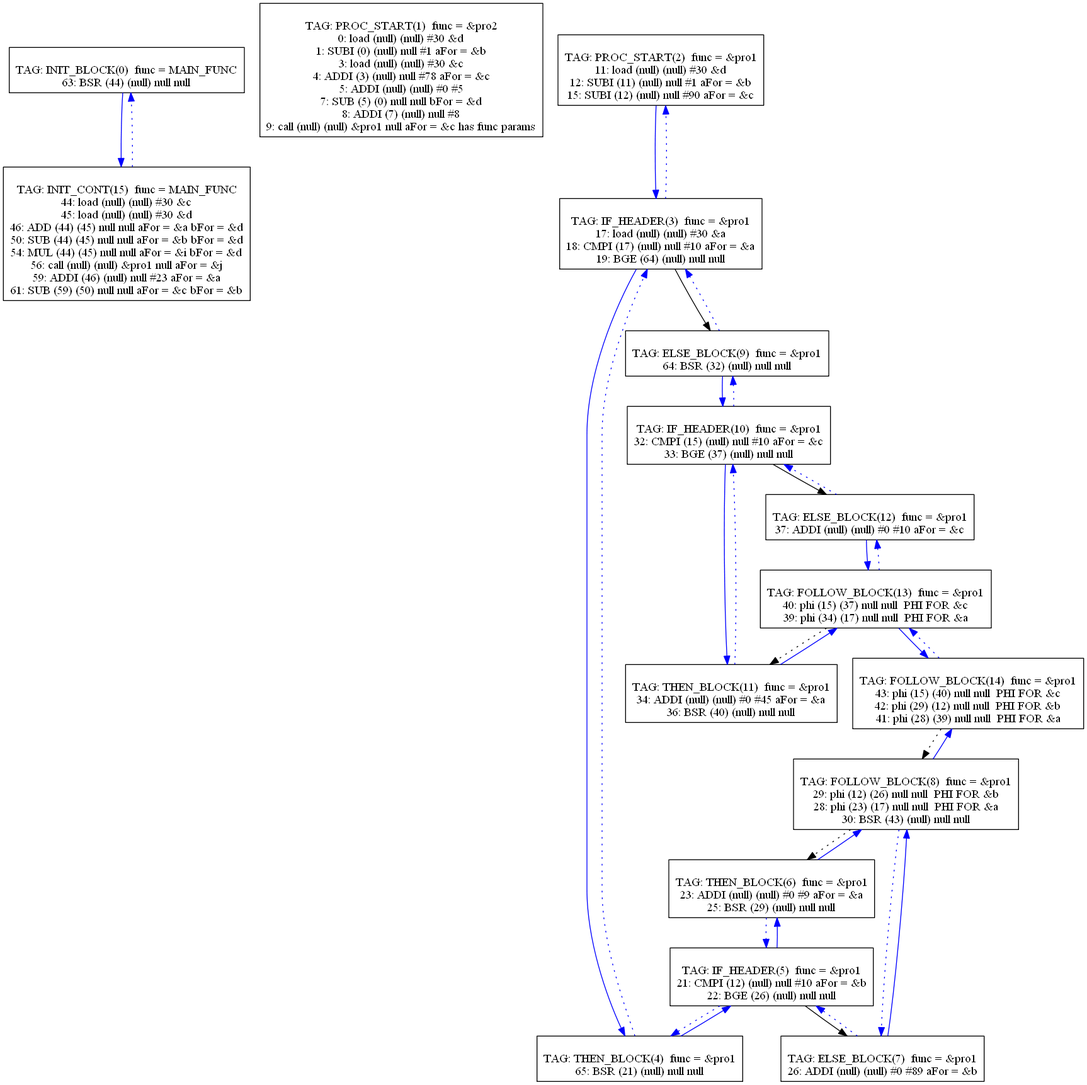
mbajaj92/Project-Astoria keeps this Graphviz diagram as Compiler/graph.png. Above is the earlier version. Its source is kept beside it as Compiler/graph.dot. The source it was exported from:
```dot
digraph {
0[label="
TAG: INIT_BLOCK(0)  func = MAIN_FUNC
63: BSR (44) (null) null null
"];
0[shape=box];
0 -> 15[color=blue]
1[label="
TAG: PROC_START(1)  func = &pro2
0: load (null) (null) #30 &d
1: SUBI (0) (null) null #1 aFor = &b
3: load (null) (null) #30 &c
4: ADDI (3) (null) null #78 aFor = &c
5: ADDI (null) (null) #0 #5
7: SUB (5) (0) null null bFor = &d
8: ADDI (7) (null) null #8
9: call (null) (null) &pro1 null aFor = &c has func params
"];
1[shape=box];
2[label="
TAG: PROC_START(2)  func = &pro1
11: load (null) (null) #30 &d
12: SUBI (11) (null) null #1 aFor = &b
15: SUBI (12) (null) null #90 aFor = &c
"];
2[shape=box];
2 -> 3[color=blue]
3[label="
TAG: IF_HEADER(3)  func = &pro1
17: load (null) (null) #30 &a
18: CMPI (17) (null) null #10 aFor = &a
19: BGE (64) (null) null null
"];
3[shape=box];
3 -> 4[color=blue]
3 -> 9[color=black]
3 -> 2[color=blue][style=dotted]
4[label="
TAG: THEN_BLOCK(4)  func = &pro1
65: BSR (21) (null) null null
"];
4[shape=box];
4 -> 5[color=blue]
4 -> 3[color=blue][style=dotted]
5[label="
TAG: IF_HEADER(5)  func = &pro1
21: CMPI (12) (null) null #10 aFor = &b
22: BGE (26) (null) null null
"];
5[shape=box];
5 -> 6[color=blue]
5 -> 7[color=black]
5 -> 4[color=blue][style=dotted]
6[label="
TAG: THEN_BLOCK(6)  func = &pro1
23: ADDI (null) (null) #0 #9 aFor = &a
25: BSR (29) (null) null null
"];
6[shape=box];
6 -> 8[color=blue]
6 -> 5[color=blue][style=dotted]
7[label="
TAG: ELSE_BLOCK(7)  func = &pro1
26: ADDI (null) (null) #0 #89 aFor = &b
"];
7[shape=box];
7 -> 8[color=blue]
7 -> 5[color=blue][style=dotted]
8[label="
TAG: FOLLOW_BLOCK(8)  func = &pro1
29: phi (12) (26) null null  PHI FOR &b
28: phi (23) (17) null null  PHI FOR &a
30: BSR (43) (null) null null
"];
8[shape=box];
8 -> 14[color=blue]
8 -> 7[color=blue][style=dotted]
8 -> 6[color=black][style=dotted]
9[label="
TAG: ELSE_BLOCK(9)  func = &pro1
64: BSR (32) (null) null null
"];
9[shape=box];
9 -> 10[color=blue]
9 -> 3[color=blue][style=dotted]
10[label="
TAG: IF_HEADER(10)  func = &pro1
32: CMPI (15) (null) null #10 aFor = &c
33: BGE (37) (null) null null
"];
10[shape=box];
10 -> 11[color=blue]
10 -> 12[color=black]
10 -> 9[color=blue][style=dotted]
11[label="
TAG: THEN_BLOCK(11)  func = &pro1
34: ADDI (null) (null) #0 #45 aFor = &a
36: BSR (40) (null) null null
"];
11[shape=box];
11 -> 13[color=blue]
11 -> 10[color=blue][style=dotted]
12[label="
TAG: ELSE_BLOCK(12)  func = &pro1
37: ADDI (null) (null) #0 #10 aFor = &c
"];
12[shape=box];
12 -> 13[color=blue]
12 -> 10[color=blue][style=dotted]
13[label="
TAG: FOLLOW_BLOCK(13)  func = &pro1
40: phi (15) (37) null null  PHI FOR &c
39: phi (34) (17) null null  PHI FOR &a
"];
13[shape=box];
13 -> 14[color=blue]
13 -> 12[color=blue][style=dotted]
13 -> 11[color=black][style=dotted]
14[label="
TAG: FOLLOW_BLOCK(14)  func = &pro1
43: phi (15) (40) null null  PHI FOR &c
42: phi (29) (12) null null  PHI FOR &b
41: phi (28) (39) null null  PHI FOR &a
"];
14[shape=box];
14 -> 13[color=blue][style=dotted]
14 -> 8[color=black][style=dotted]
15[label="
TAG: INIT_CONT(15)  func = MAIN_FUNC
44: load (null) (null) #30 &c
45: load (null) (null) #30 &d
46: ADD (44) (45) null null aFor = &a bFor = &d
50: SUB (44) (45) null null aFor = &b bFor = &d
54: MUL (44) (45) null null aFor = &i bFor = &d
56: call (null) (null) &pro1 null aFor = &j
59: ADDI (46) (null) null #23 aFor = &a
61: SUB (59) (50) null null aFor = &c bFor = &b
"];
15[shape=box];
15 -> 0[color=blue][style=dotted]
}
```
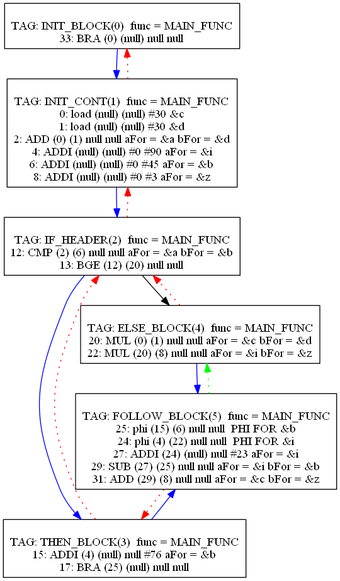
Later version of the same file.

Diff of the diagram source:
```diff
@@ -1,141 +1,56 @@
 digraph {
 0[label="
 TAG: INIT_BLOCK(0)  func = MAIN_FUNC
-63: BSR (44) (null) null null
+33: BRA (0) (null) null null
 "];
 0[shape=box];
-0 -> 15[color=blue]
+0 -> 1[color=blue]
 1[label="
-TAG: PROC_START(1)  func = &pro2
-0: load (null) (null) #30 &d
-1: SUBI (0) (null) null #1 aFor = &b
-3: load (null) (null) #30 &c
-4: ADDI (3) (null) null #78 aFor = &c
-5: ADDI (null) (null) #0 #5
-7: SUB (5) (0) null null bFor = &d
-8: ADDI (7) (null) null #8
-9: call (null) (null) &pro1 null aFor = &c has func params
+TAG: INIT_CONT(1)  func = MAIN_FUNC
+0: load (null) (null) #30 &c
+1: load (null) (null) #30 &d
+2: ADD (0) (1) null null aFor = &a bFor = &d
+4: ADDI (null) (null) #0 #90 aFor = &i
+6: ADDI (null) (null) #0 #45 aFor = &b
+8: ADDI (null) (null) #0 #3 aFor = &z
 "];
 1[shape=box];
+1 -> 2[color=blue]
+1 -> 0[color=red][style=dotted]
 2[label="
-TAG: PROC_START(2)  func = &pro1
-11: load (null) (null) #30 &d
-12: SUBI (11) (null) null #1 aFor = &b
-15: SUBI (12) (null) null #90 aFor = &c
+TAG: IF_HEADER(2)  func = MAIN_FUNC
+12: CMP (2) (6) null null aFor = &a bFor = &b
+13: BGE (12) (20) null null
 "];
 2[shape=box];
 2 -> 3[color=blue]
+2 -> 4[color=black]
+2 -> 1[color=red][style=dotted]
 3[label="
-TAG: IF_HEADER(3)  func = &pro1
-17: load (null) (null) #30 &a
-18: CMPI (17) (null) null #10 aFor = &a
-19: BGE (64) (null) null null
+TAG: THEN_BLOCK(3)  func = MAIN_FUNC
+15: ADDI (4) (null) null #76 aFor = &b
+17: BRA (25) (null) null null
 "];
 3[shape=box];
-3 -> 4[color=blue]
-3 -> 9[color=black]
-3 -> 2[color=blue][style=dotted]
+3 -> 5[color=blue]
+3 -> 2[color=red][style=dotted]
 4[label="
-TAG: THEN_BLOCK(4)  func = &pro1
-65: BSR (21) (null) null null
+TAG: ELSE_BLOCK(4)  func = MAIN_FUNC
+20: MUL (0) (1) null null aFor = &c bFor = &d
+22: MUL (20) (8) null null aFor = &i bFor = &z
 "];
 4[shape=box];
 4 -> 5[color=blue]
-4 -> 3[color=blue][style=dotted]
+4 -> 2[color=red][style=dotted]
 5[label="
-TAG: IF_HEADER(5)  func = &pro1
-21: CMPI (12) (null) null #10 aFor = &b
-22: BGE (26) (null) null null
+TAG: FOLLOW_BLOCK(5)  func = MAIN_FUNC
+25: phi (15) (6) null null  PHI FOR &b
+24: phi (4) (22) null null  PHI FOR &i
+27: ADDI (24) (null) null #23 aFor = &i
+29: SUB (27) (25) null null aFor = &i bFor = &b
+31: ADD (29) (8) null null aFor = &c bFor = &z
 "];
 5[shape=box];
-5 -> 6[color=blue]
-5 -> 7[color=black]
-5 -> 4[color=blue][style=dotted]
-6[label="
-TAG: THEN_BLOCK(6)  func = &pro1
-23: ADDI (null) (null) #0 #9 aFor = &a
-25: BSR (29) (null) null null
-"];
-6[shape=box];
-6 -> 8[color=blue]
-6 -> 5[color=blue][style=dotted]
-7[label="
-TAG: ELSE_BLOCK(7)  func = &pro1
-26: ADDI (null) (null) #0 #89 aFor = &b
-"];
-7[shape=box];
-7 -> 8[color=blue]
-7 -> 5[color=blue][style=dotted]
-8[label="
-TAG: FOLLOW_BLOCK(8)  func = &pro1
-29: phi (12) (26) null null  PHI FOR &b
-28: phi (23) (17) null null  PHI FOR &a
-30: BSR (43) (null) null null
-"];
-8[shape=box];
-8 -> 14[color=blue]
-8 -> 7[color=blue][style=dotted]
-8 -> 6[color=black][style=dotted]
-9[label="
-TAG: ELSE_BLOCK(9)  func = &pro1
-64: BSR (32) (null) null null
-"];
-9[shape=box];
-9 -> 10[color=blue]
-9 -> 3[color=blue][style=dotted]
-10[label="
-TAG: IF_HEADER(10)  func = &pro1
-32: CMPI (15) (null) null #10 aFor = &c
-33: BGE (37) (null) null null
-"];
-10[shape=box];
-10 -> 11[color=blue]
-10 -> 12[color=black]
-10 -> 9[color=blue][style=dotted]
-11[label="
-TAG: THEN_BLOCK(11)  func = &pro1
-34: ADDI (null) (null) #0 #45 aFor = &a
-36: BSR (40) (null) null null
-"];
-11[shape=box];
-11 -> 13[color=blue]
-11 -> 10[color=blue][style=dotted]
-12[label="
-TAG: ELSE_BLOCK(12)  func = &pro1
-37: ADDI (null) (null) #0 #10 aFor = &c
-"];
-12[shape=box];
-12 -> 13[color=blue]
-12 -> 10[color=blue][style=dotted]
-13[label="
-TAG: FOLLOW_BLOCK(13)  func = &pro1
-40: phi (15) (37) null null  PHI FOR &c
-39: phi (34) (17) null null  PHI FOR &a
-"];
-13[shape=box];
-13 -> 14[color=blue]
-13 -> 12[color=blue][style=dotted]
-13 -> 11[color=black][style=dotted]
-14[label="
-TAG: FOLLOW_BLOCK(14)  func = &pro1
-43: phi (15) (40) null null  PHI FOR &c
-42: phi (29) (12) null null  PHI FOR &b
-41: phi (28) (39) null null  PHI FOR &a
-"];
-14[shape=box];
-14 -> 13[color=blue][style=dotted]
-14 -> 8[color=black][style=dotted]
-15[label="
-TAG: INIT_CONT(15)  func = MAIN_FUNC
-44: load (null) (null) #30 &c
-45: load (null) (null) #30 &d
-46: ADD (44) (45) null null aFor = &a bFor = &d
-50: SUB (44) (45) null null aFor = &b bFor = &d
-54: MUL (44) (45) null null aFor = &i bFor = &d
-56: call (null) (null) &pro1 null aFor = &j
-59: ADDI (46) (null) null #23 aFor = &a
-61: SUB (59) (50) null null aFor = &c bFor = &b
-"];
-15[shape=box];
-15 -> 0[color=blue][style=dotted]
+5 -> 3[color=red][style=dotted]
+5 -> 4[color=green][style=dotted]
 }
```
